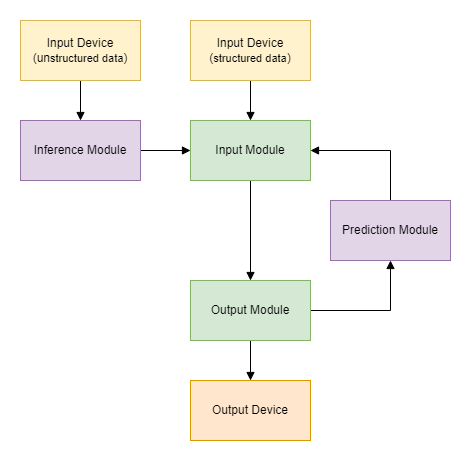
Earlier version of the draw.io export SHINE AAC.drawio.png (poi890poi/shine_aac). Source tidied: cells renumbered, new cells last; positions are measured from the earlier drawing's top-left corner, leaving out a move shared by most shapes. Source of this version:
```xml
<mxGraphModel>
  <root>
    <mxCell id="0" />
    <mxCell id="1" parent="0" />
    <mxCell id="2" style="edgeStyle=orthogonalEdgeStyle;rounded=0;jettySize=auto;html=1;endArrow=block;endFill=1;" parent="1" edge="1" source="3" target="5">
      <mxGeometry relative="1" as="geometry" />
    </mxCell>
    <mxCell id="3" value="Inference Module" style="rounded=0;whiteSpace=wrap;html=1;fillColor=#e1d5e7;strokeColor=#9673a6;" parent="1" vertex="1">
      <mxGeometry y="100" width="120" height="60" as="geometry" />
    </mxCell>
    <mxCell id="4" style="edgeStyle=orthogonalEdgeStyle;rounded=0;jettySize=auto;html=1;endArrow=block;endFill=1;" parent="1" edge="1" source="5" target="8">
      <mxGeometry relative="1" as="geometry" />
    </mxCell>
    <mxCell id="5" value="Input Module" style="rounded=0;whiteSpace=wrap;html=1;fillColor=#d5e8d4;strokeColor=#82b366;" parent="1" vertex="1">
      <mxGeometry x="170" y="100" width="120" height="60" as="geometry" />
    </mxCell>
    <mxCell id="6" style="edgeStyle=orthogonalEdgeStyle;rounded=0;jettySize=auto;html=1;endArrow=block;endFill=1;" parent="1" edge="1" source="8" target="11">
      <mxGeometry relative="1" as="geometry" />
    </mxCell>
    <mxCell id="7" style="edgeStyle=orthogonalEdgeStyle;rounded=0;jettySize=auto;html=1;endArrow=block;endFill=1;" parent="1" edge="1" source="8" target="10">
      <mxGeometry relative="1" as="geometry">
        <Array as="points">
          <mxPoint x="370" y="290" />
        </Array>
      </mxGeometry>
    </mxCell>
    <mxCell id="8" value="Output Module" style="rounded=0;whiteSpace=wrap;html=1;fillColor=#d5e8d4;strokeColor=#82b366;" parent="1" vertex="1">
      <mxGeometry x="170" y="260" width="120" height="60" as="geometry" />
    </mxCell>
    <mxCell id="9" style="edgeStyle=orthogonalEdgeStyle;rounded=0;jettySize=auto;html=1;endArrow=block;endFill=1;" parent="1" edge="1" source="10" target="5">
      <mxGeometry relative="1" as="geometry">
        <Array as="points">
          <mxPoint x="370" y="130" />
        </Array>
      </mxGeometry>
    </mxCell>
    <mxCell id="10" value="Prediction Module" style="rounded=0;whiteSpace=wrap;html=1;fillColor=#e1d5e7;strokeColor=#9673a6;" parent="1" vertex="1">
      <mxGeometry x="310" y="180" width="120" height="60" as="geometry" />
    </mxCell>
    <mxCell id="11" value="Output Device" style="rounded=0;whiteSpace=wrap;html=1;fillColor=#ffe6cc;strokeColor=#d79b00;" parent="1" vertex="1">
      <mxGeometry x="170" y="360" width="120" height="60" as="geometry" />
    </mxCell>
    <mxCell id="12" style="edgeStyle=orthogonalEdgeStyle;rounded=0;jettySize=auto;html=1;endArrow=block;endFill=1;" parent="1" edge="1" source="13" target="5">
      <mxGeometry relative="1" as="geometry" />
    </mxCell>
    <mxCell id="13" value="Input Device&lt;div&gt;(&lt;span style=&quot;font-size: 11px; text-wrap: nowrap;&quot;&gt;structured data&lt;/span&gt;&lt;span style=&quot;background-color: initial;&quot;&gt;)&lt;/span&gt;&lt;/div&gt;" style="rounded=0;whiteSpace=wrap;html=1;fillColor=#fff2cc;strokeColor=#d6b656;" parent="1" vertex="1">
      <mxGeometry x="170" width="120" height="60" as="geometry" />
    </mxCell>
    <mxCell id="14" style="edgeStyle=orthogonalEdgeStyle;rounded=0;jettySize=auto;html=1;endArrow=block;endFill=1;" parent="1" edge="1" source="15" target="3">
      <mxGeometry relative="1" as="geometry" />
    </mxCell>
    <mxCell id="15" value="Input Device&lt;div&gt;(un&lt;span style=&quot;font-size: 11px; text-wrap: nowrap;&quot;&gt;structured data&lt;/span&gt;&lt;span style=&quot;background-color: initial;&quot;&gt;)&lt;/span&gt;&lt;/div&gt;" style="rounded=0;whiteSpace=wrap;html=1;fillColor=#fff2cc;strokeColor=#d6b656;" parent="1" vertex="1">
      <mxGeometry width="120" height="60" as="geometry" />
    </mxCell>
  </root>
</mxGraphModel>
```
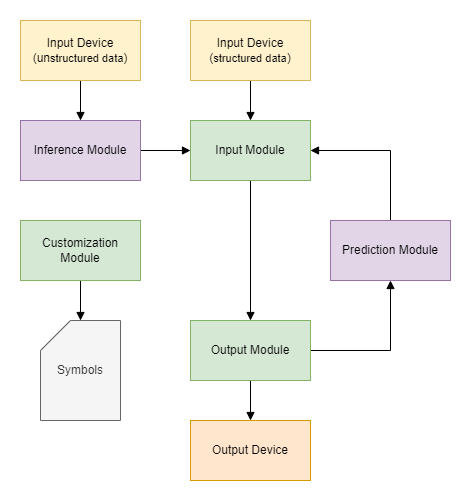
Later version of the same file.

Commit message:
Updated software architecture diagram with Customization Module and Symbols.

Diff of the diagram source:
```diff
@@ -20,12 +20,12 @@
     <mxCell id="7" style="edgeStyle=orthogonalEdgeStyle;rounded=0;jettySize=auto;html=1;endArrow=block;endFill=1;" parent="1" edge="1" source="8" target="10">
       <mxGeometry relative="1" as="geometry">
         <Array as="points">
-          <mxPoint x="370" y="290" />
+          <mxPoint x="370" y="330" />
         </Array>
       </mxGeometry>
     </mxCell>
     <mxCell id="8" value="Output Module" style="rounded=0;whiteSpace=wrap;html=1;fillColor=#d5e8d4;strokeColor=#82b366;" parent="1" vertex="1">
-      <mxGeometry x="170" y="260" width="120" height="60" as="geometry" />
+      <mxGeometry x="170" y="300" width="120" height="60" as="geometry" />
     </mxCell>
     <mxCell id="9" style="edgeStyle=orthogonalEdgeStyle;rounded=0;jettySize=auto;html=1;endArrow=block;endFill=1;" parent="1" edge="1" source="10" target="5">
       <mxGeometry relative="1" as="geometry">
@@ -35,10 +35,10 @@
       </mxGeometry>
     </mxCell>
     <mxCell id="10" value="Prediction Module" style="rounded=0;whiteSpace=wrap;html=1;fillColor=#e1d5e7;strokeColor=#9673a6;" parent="1" vertex="1">
-      <mxGeometry x="310" y="180" width="120" height="60" as="geometry" />
+      <mxGeometry x="310" y="200" width="120" height="60" as="geometry" />
     </mxCell>
     <mxCell id="11" value="Output Device" style="rounded=0;whiteSpace=wrap;html=1;fillColor=#ffe6cc;strokeColor=#d79b00;" parent="1" vertex="1">
-      <mxGeometry x="170" y="360" width="120" height="60" as="geometry" />
+      <mxGeometry x="170" y="400" width="120" height="60" as="geometry" />
     </mxCell>
     <mxCell id="12" style="edgeStyle=orthogonalEdgeStyle;rounded=0;jettySize=auto;html=1;endArrow=block;endFill=1;" parent="1" edge="1" source="13" target="5">
       <mxGeometry relative="1" as="geometry" />
@@ -52,5 +52,14 @@
     <mxCell id="15" value="Input Device&lt;div&gt;(un&lt;span style=&quot;font-size: 11px; text-wrap: nowrap;&quot;&gt;structured data&lt;/span&gt;&lt;span style=&quot;background-color: initial;&quot;&gt;)&lt;/span&gt;&lt;/div&gt;" style="rounded=0;whiteSpace=wrap;html=1;fillColor=#fff2cc;strokeColor=#d6b656;" parent="1" vertex="1">
       <mxGeometry width="120" height="60" as="geometry" />
     </mxCell>
+    <mxCell id="16" style="edgeStyle=orthogonalEdgeStyle;rounded=0;jettySize=auto;html=1;endArrow=block;endFill=1;" parent="1" edge="1" source="17" target="18">
+      <mxGeometry relative="1" as="geometry" />
+    </mxCell>
+    <mxCell id="17" value="Customization Module" style="rounded=0;whiteSpace=wrap;html=1;fillColor=#d5e8d4;strokeColor=#82b366;" parent="1" vertex="1">
+      <mxGeometry y="200" width="120" height="60" as="geometry" />
+    </mxCell>
+    <mxCell id="18" value="Symbols" style="shape=card;whiteSpace=wrap;html=1;fillColor=#f5f5f5;fontColor=#333333;strokeColor=#666666;" parent="1" vertex="1">
+      <mxGeometry x="20" y="300" width="80" height="100" as="geometry" />
+    </mxCell>
   </root>
 </mxGraphModel>
```
